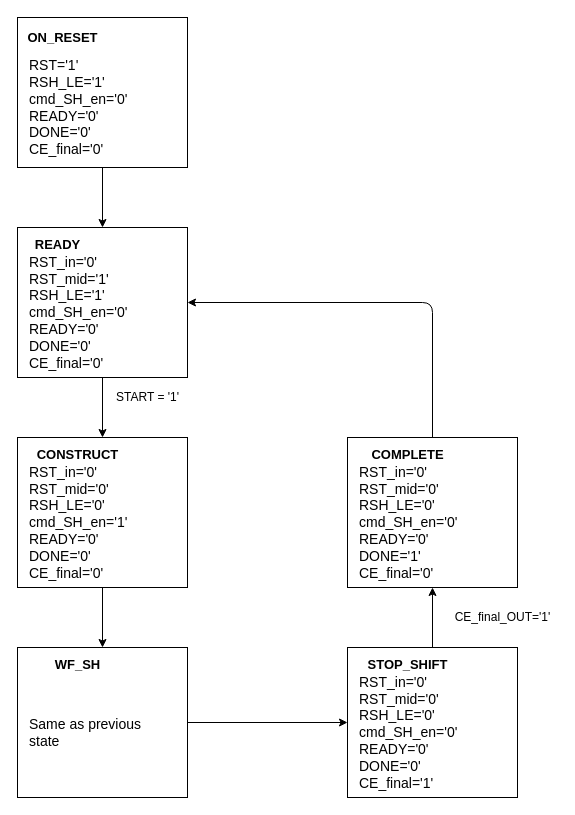
This is control_unit/Constructor_CU_State_Diagram.drawio from CostantinoTaranto/AME_Block-Diagram, a draw.io file, before an edit. Source tidied: cells renumbered, new cells numbered last; positions are measured from the earlier drawing's top-left corner, leaving out a move shared by most shapes. Both pictures are drawn from the tidied source at 100%, with x=0, y=0 at pixel (17, 17).
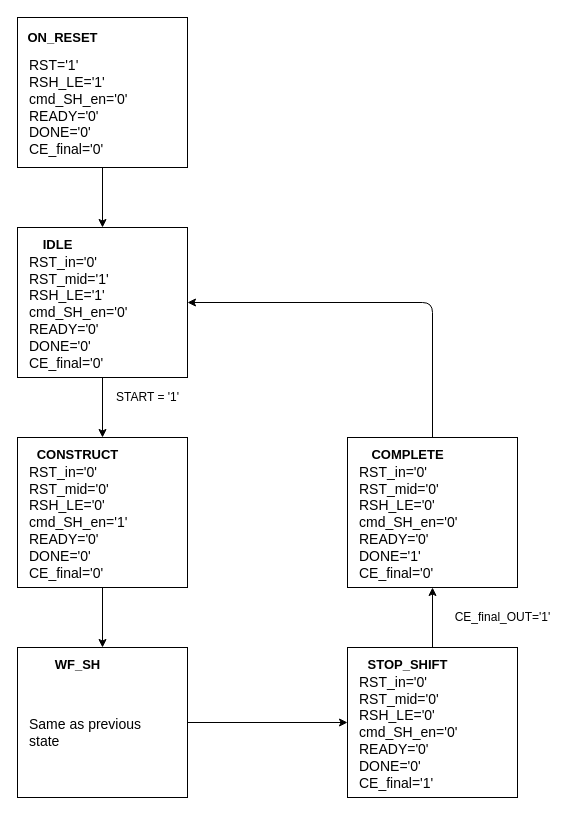
The same page after the edit.

What changed in the source:
```diff
@@
-    <mxCell id="7" value="&lt;span style=&quot;font-size: 13px&quot;&gt;&lt;b&gt;READY&lt;/b&gt;&lt;/span&gt;" style="text;html=1;align=center;verticalAlign=middle;" parent="1" vertex="1">
-      <mxGeometry x="10" y="217" width="60" height="20" as="geometry" />
+    <mxCell id="7" value="&lt;span style=&quot;font-size: 13px&quot;&gt;&lt;b&gt;IDLE&lt;/b&gt;&lt;/span&gt;" style="text;html=1;align=center;verticalAlign=middle;" parent="1" vertex="1">
+      <mxGeometry x="15" y="217" width="50" height="20" as="geometry" />
     </mxCell>
```
